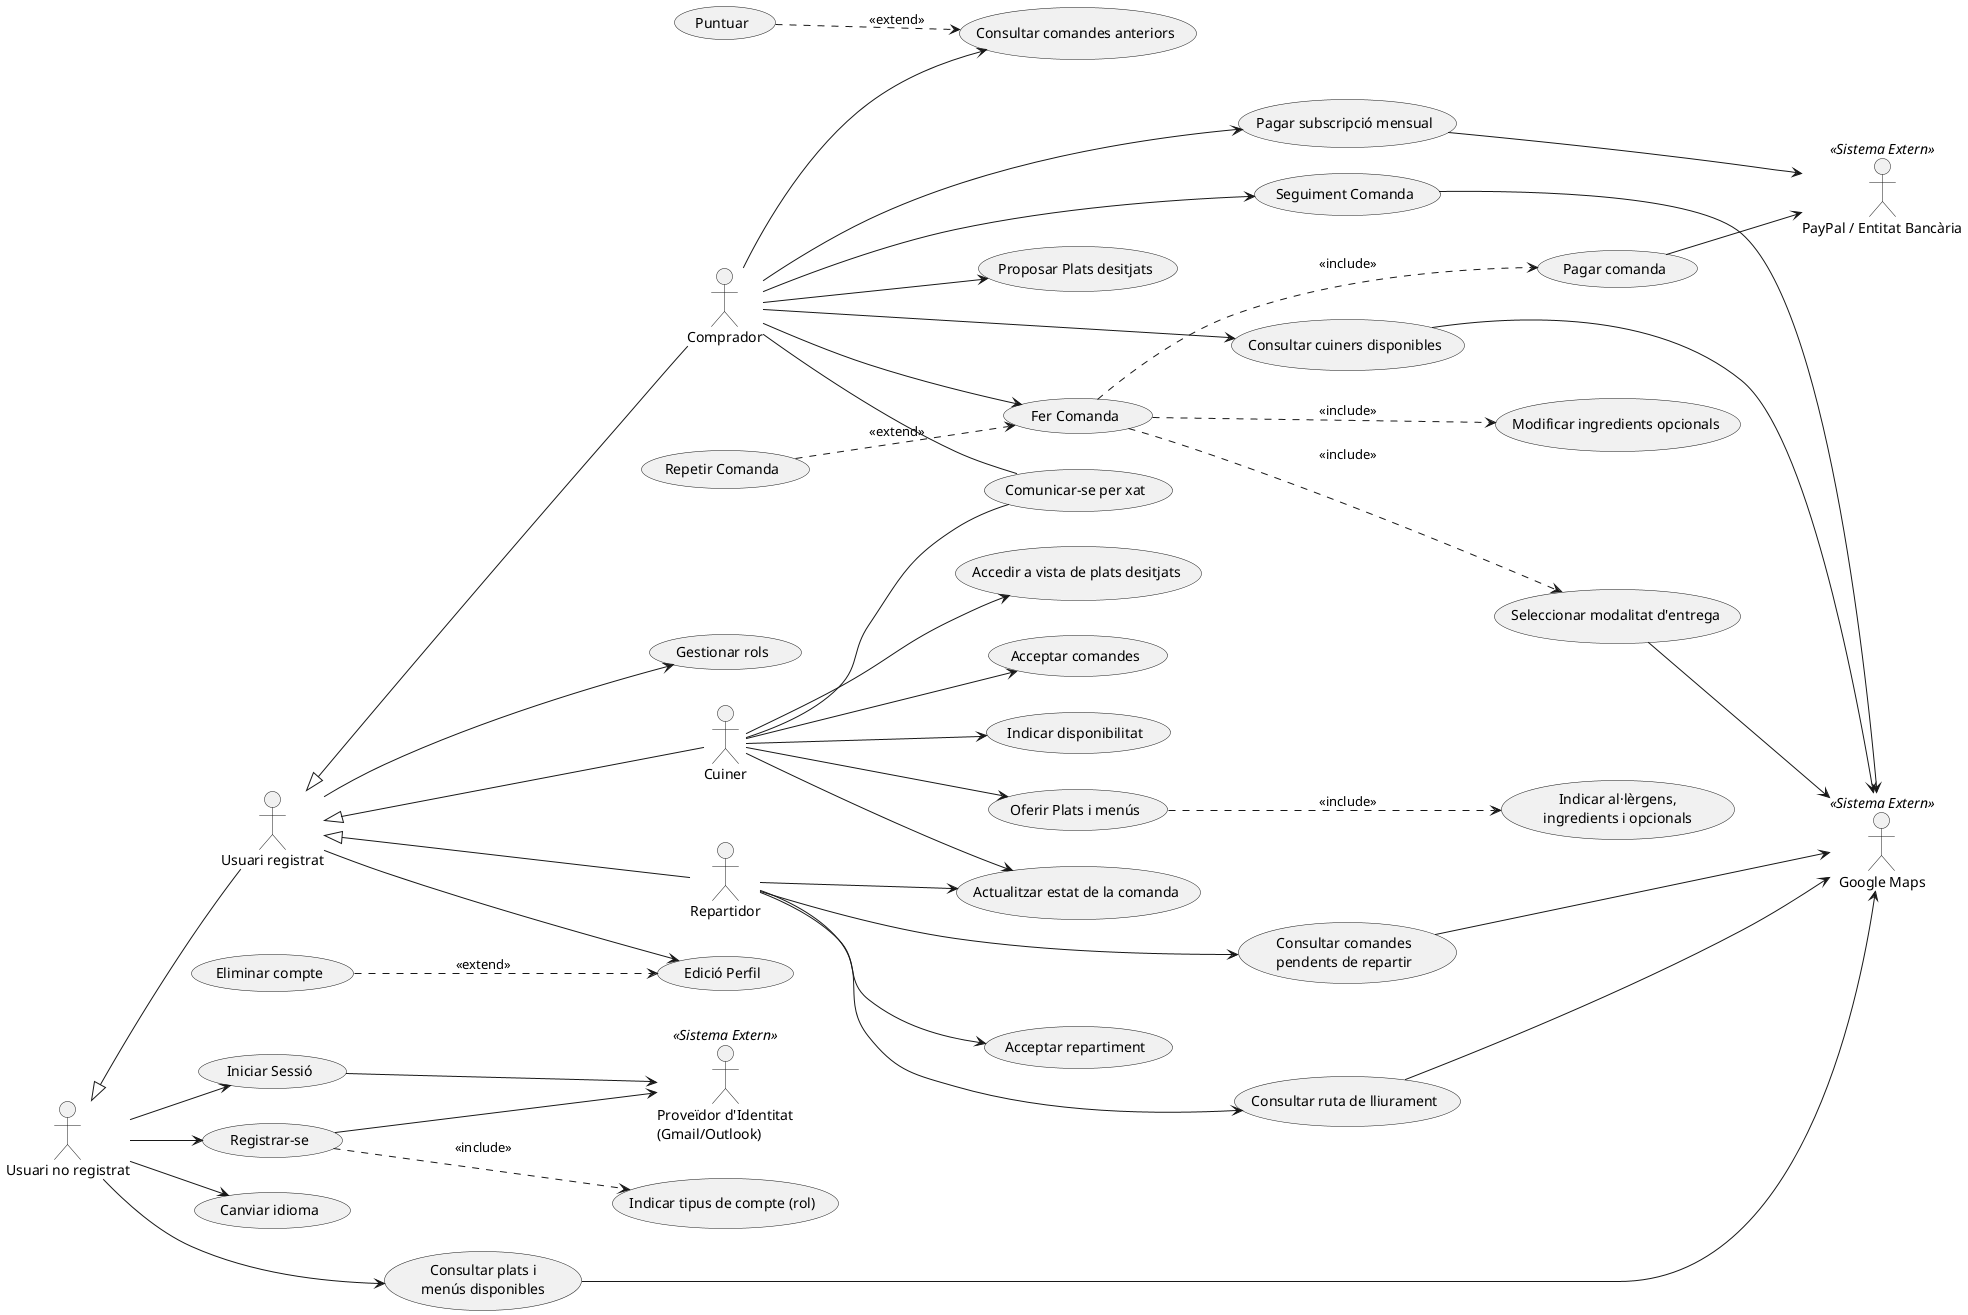
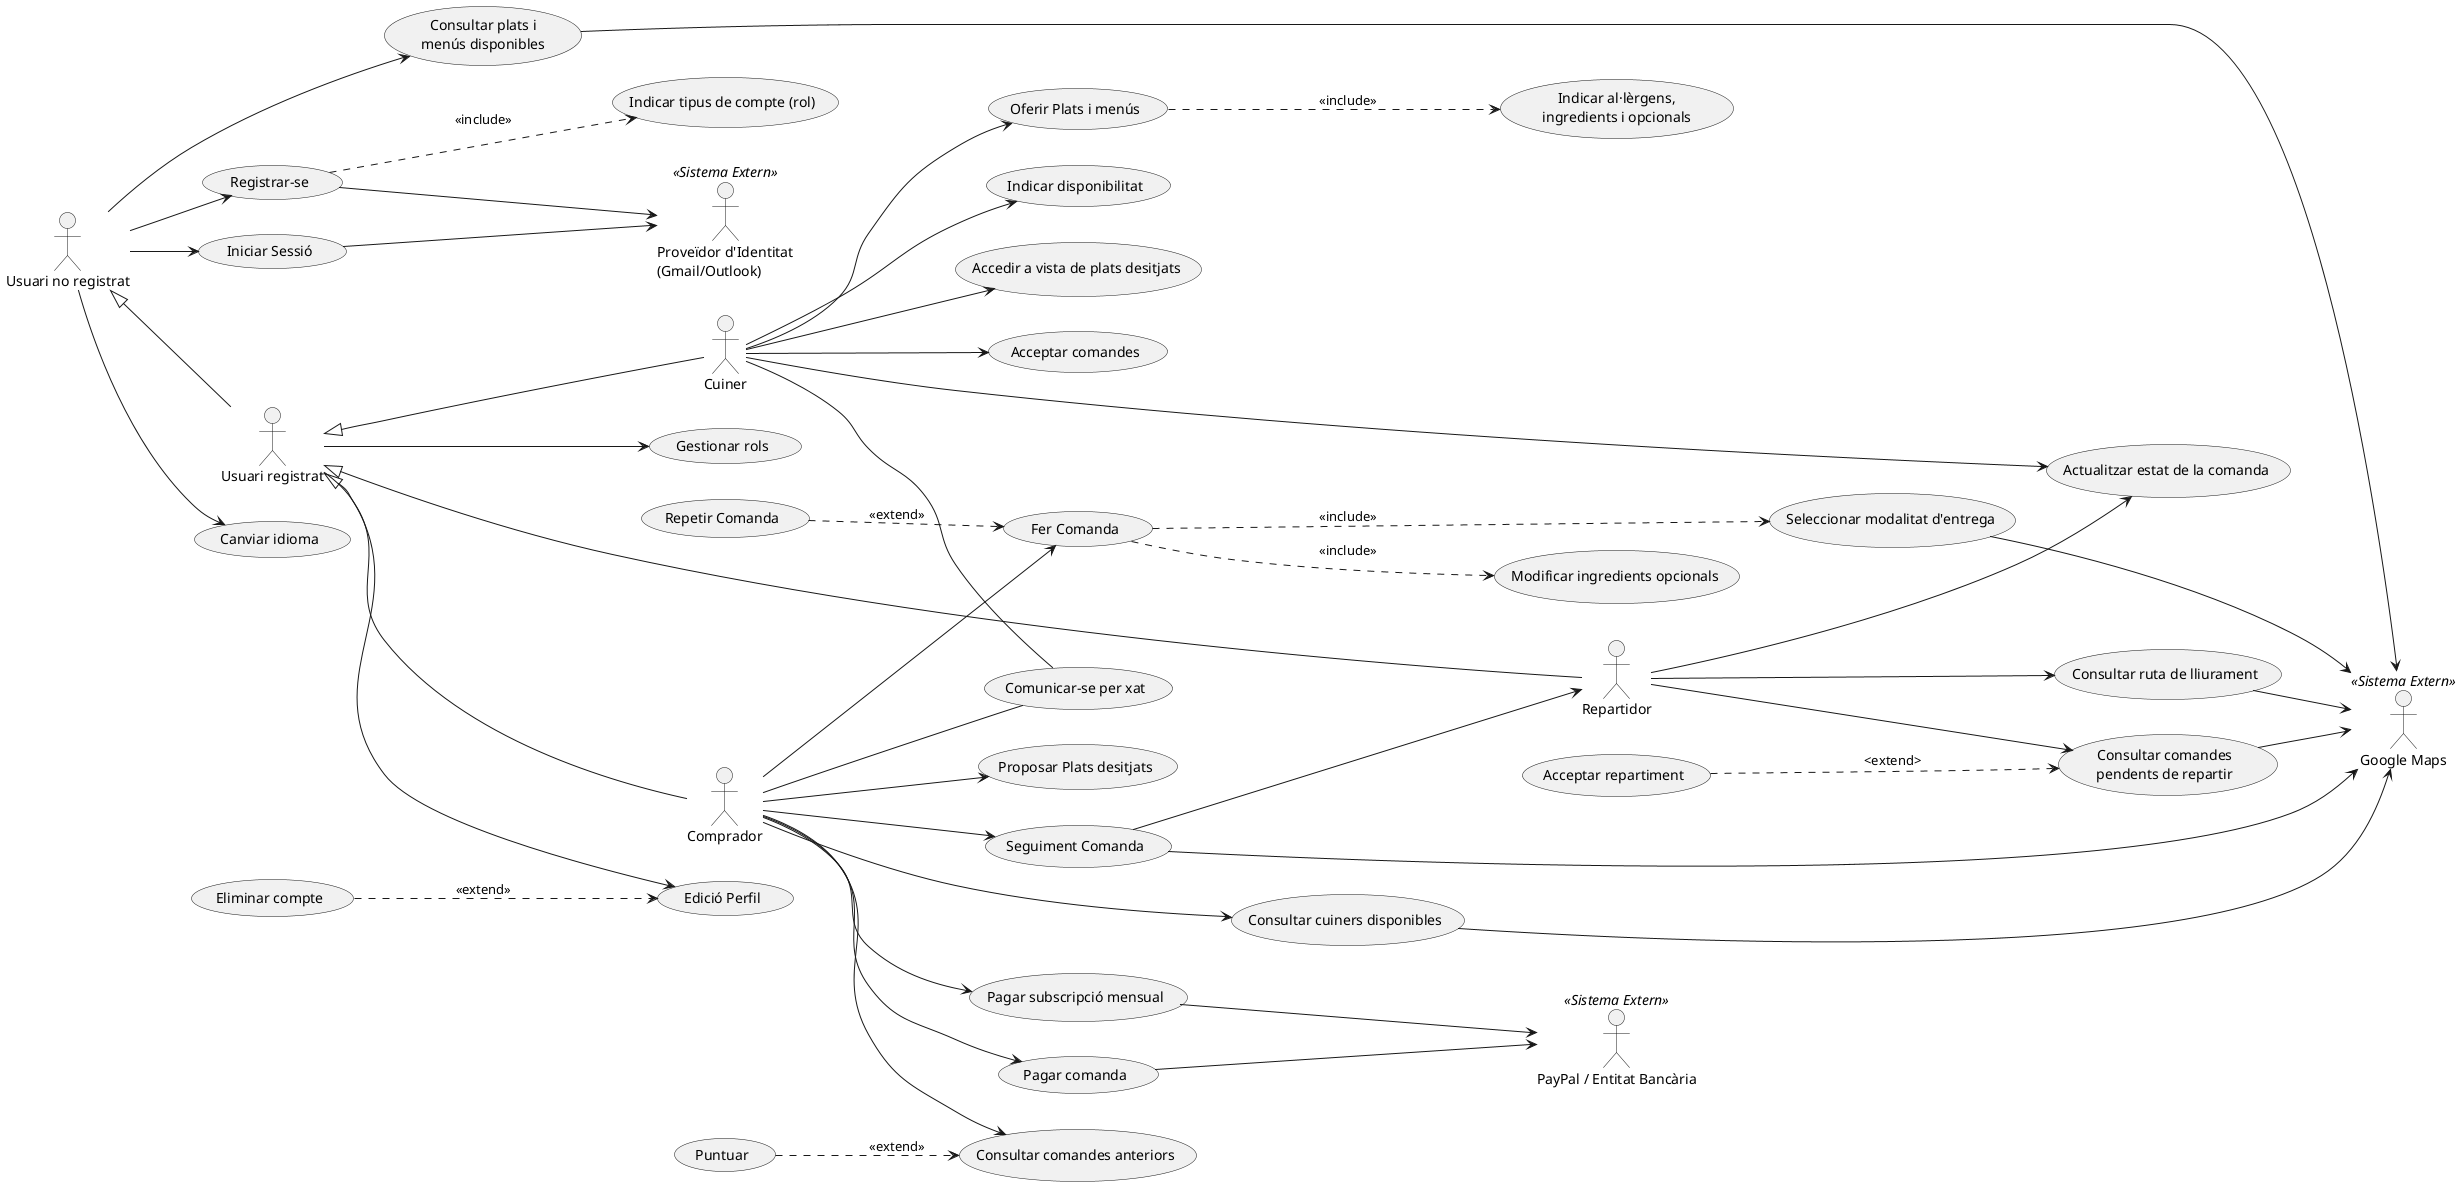
@startuml
skinparam actorStyle stickman
left to right direction

' --- DEFINICIÓ D'ACTORS ---

actor "Usuari no registrat" as UNR
actor "Usuari registrat" as UR
actor "Comprador" as Comprador
actor "Cuiner" as Cuiner
actor "Repartidor" as Repartidor

' Actors Externs
actor "Google Maps" <<Sistema Extern>> as Gmaps
actor "PayPal / Entitat Bancària" <<Sistema Extern>> as Banc
actor "Proveïdor d'Identitat\n(Gmail/Outlook)" <<Sistema Extern>> as OAuth

' Herències d'actors
UR -up-|> UNR
Comprador -up-|> UR
Cuiner -up-|> UR
Repartidor -up-|> UR

' --- CASOS D'ÚS ---

' Usuari no registrat
usecase "Registrar-se" as UC_Reg
usecase "Indicar tipus de compte (rol)" as UC_Rol
usecase "Iniciar Sessió" as UC_Login
usecase "Consultar plats i\nmenús disponibles" as UC_ConsPlats
usecase "Canviar idioma" as UC_Idioma

' Usuari registrat
usecase "Edició Perfil" as UC_Perfil
usecase "Eliminar compte" as UC_Eliminar
usecase "Gestionar rols" as UC_GestRol

' Comprador
usecase "Consultar cuiners disponibles" as UC_ConsCuiners
usecase "Fer Comanda" as UC_FerComanda
usecase "Modificar ingredients opcionals" as UC_ModIngr
usecase "Seleccionar modalitat d'entrega" as UC_ModEntrega
usecase "Pagar comanda" as UC_PagarCom
usecase "Consultar comandes anteriors" as UC_Historial
usecase "Seguiment Comanda" as UC_Seguiment
usecase "Puntuar" as UC_Puntuar
usecase "Proposar Plats desitjats" as UC_Proposar
usecase "Comunicar-se per xat" as UC_Xat
usecase "Repetir Comanda" as UC_Repetir
usecase "Pagar subscripció mensual" as UC_Subs

' Cuiner
usecase "Oferir Plats i menús" as UC_Oferir
usecase "Indicar al·lèrgens,\ningredients i opcionals" as UC_DetallsPlat
usecase "Indicar disponibilitat" as UC_Disp
usecase "Accedir a vista de plats desitjats" as UC_VistaDesitjats
usecase "Acceptar comandes" as UC_AccComandes
usecase "Actualitzar estat de la comanda" as UC_Estat

' Repartidor
usecase "Consultar comandes\npendents de repartir" as UC_Pendents
usecase "Acceptar repartiment" as UC_AccRepartiment
usecase "Consultar ruta de lliurament" as UC_Ruta


' --- RELACIONS INTERNES (Includes/Extends) ---

UC_Reg ..> UC_Rol : <<include>>

' Gestió de compte
UC_Eliminar ..> UC_Perfil : <<extend>>

' Procés de Fer Comanda
UC_FerComanda ..> UC_ModEntrega : <<include>>
- UC_FerComanda ..> UC_PagarCom : <<include>>
UC_FerComanda ..> UC_ModIngr : <<include>>
UC_Repetir ..> UC_FerComanda : <<extend>>

' Historial
UC_Puntuar ..> UC_Historial : <<extend>>

' Cuiner
UC_Oferir ..> UC_DetallsPlat : <<include>>
+ 
+ ' Repartidor
+ UC_AccRepartiment ..> UC_Pendents : <extend>


' --- CONEXIONS ACTORS -> CASOS D'ÚS ---

' Usuari no registrat
UNR --> UC_Reg
UNR --> UC_Login
UNR --> UC_ConsPlats
UNR --> UC_Idioma

' Usuari registrat
UR --> UC_Perfil
UR --> UC_GestRol

' Comprador
Comprador --> UC_ConsCuiners
Comprador --> UC_FerComanda
Comprador --> UC_Seguiment
Comprador --> UC_Historial
Comprador --> UC_Proposar
Comprador -- UC_Xat
Comprador --> UC_Subs
+ Comprador --> UC_PagarCom

' Cuiner
Cuiner --> UC_Oferir
Cuiner --> UC_Disp
Cuiner --> UC_VistaDesitjats
Cuiner --> UC_Estat
Cuiner --> UC_AccComandes
Cuiner -- UC_Xat

' Repartidor
Repartidor --> UC_Pendents
Repartidor --> UC_Estat
Repartidor --> UC_Ruta
- Repartidor --> UC_AccRepartiment
+ UC_Seguiment --> Repartidor

' --- CONEXIONS SISTEMES EXTERNS ---

' Autenticació
UC_Reg --> OAuth
UC_Login --> OAuth

' Mapes / Localització
UC_ConsPlats --> Gmaps
UC_ConsCuiners --> Gmaps
UC_ModEntrega --> Gmaps
UC_Seguiment --> Gmaps
UC_Ruta --> Gmaps
UC_Pendents --> Gmaps

' Pagaments
UC_Subs --> Banc
UC_PagarCom --> Banc

@enduml
